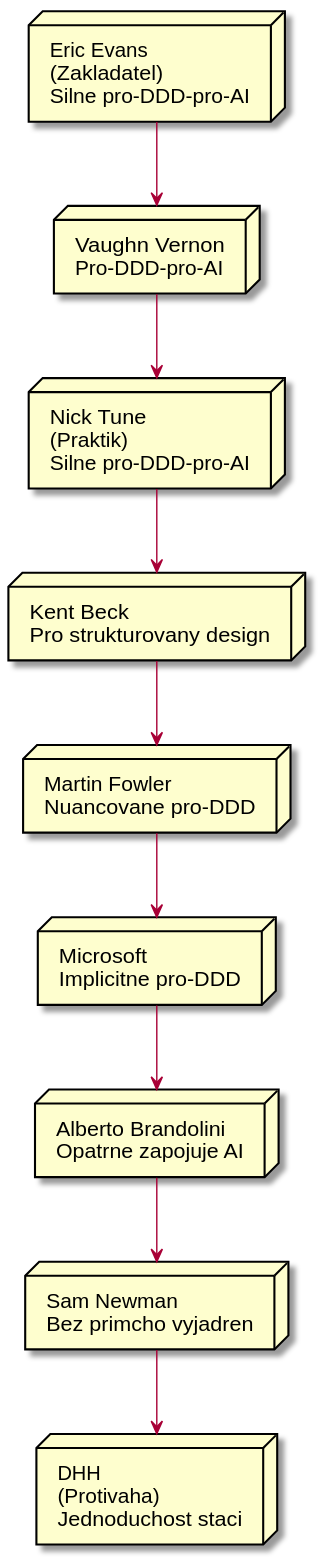
Above: templates/diagrams/10_ddd_ai/spectrum.svg in MichalKatuscak/ddd-v-symfony (PlantUML), before the change. Its source is kept beside it as templates/diagrams/10_ddd_ai/spectrum.puml. The source it was exported from:
```plantuml
@startuml

node "Eric Evans\n(Zakladatel)\nSilne pro-DDD-pro-AI" as A
node "Vaughn Vernon\nPro-DDD-pro-AI" as B
node "Nick Tune\n(Praktik)\nSilne pro-DDD-pro-AI" as C
node "Kent Beck\nPro strukturovany design" as D
node "Martin Fowler\nNuancovane pro-DDD" as E
node "Microsoft\nImplicitne pro-DDD" as F
node "Alberto Brandolini\nOpatrne zapojuje AI" as G
node "Sam Newman\nBez primcho vyjadren" as H
node "DHH\n(Protivaha)\nJednoduchost staci" as I

A --> B
B --> C
C --> D
D --> E
E --> F
F --> G
G --> H
H --> I

@enduml
```
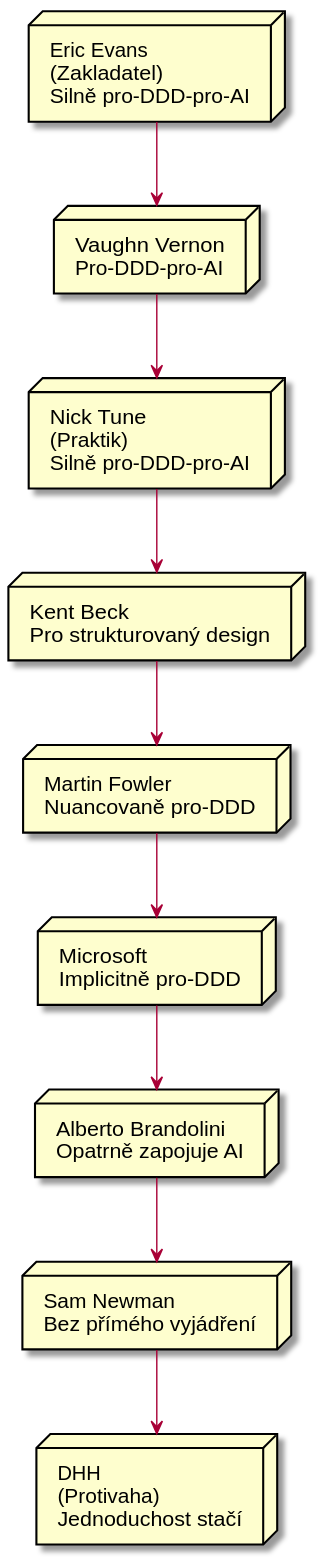
Later version of the same file.

The edit, as a diff of the source:
```diff
@@ -1,14 +1,14 @@
 @startuml
 
-node "Eric Evans\n(Zakladatel)\nSilne pro-DDD-pro-AI" as A
+node "Eric Evans\n(Zakladatel)\nSilně pro-DDD-pro-AI" as A
 node "Vaughn Vernon\nPro-DDD-pro-AI" as B
-node "Nick Tune\n(Praktik)\nSilne pro-DDD-pro-AI" as C
-node "Kent Beck\nPro strukturovany design" as D
-node "Martin Fowler\nNuancovane pro-DDD" as E
-node "Microsoft\nImplicitne pro-DDD" as F
-node "Alberto Brandolini\nOpatrne zapojuje AI" as G
-node "Sam Newman\nBez primcho vyjadren" as H
-node "DHH\n(Protivaha)\nJednoduchost staci" as I
+node "Nick Tune\n(Praktik)\nSilně pro-DDD-pro-AI" as C
+node "Kent Beck\nPro strukturovaný design" as D
+node "Martin Fowler\nNuancovaně pro-DDD" as E
+node "Microsoft\nImplicitně pro-DDD" as F
+node "Alberto Brandolini\nOpatrně zapojuje AI" as G
+node "Sam Newman\nBez přímého vyjádření" as H
+node "DHH\n(Protivaha)\nJednoduchost stačí" as I
 
 A --> B
 B --> C
```
